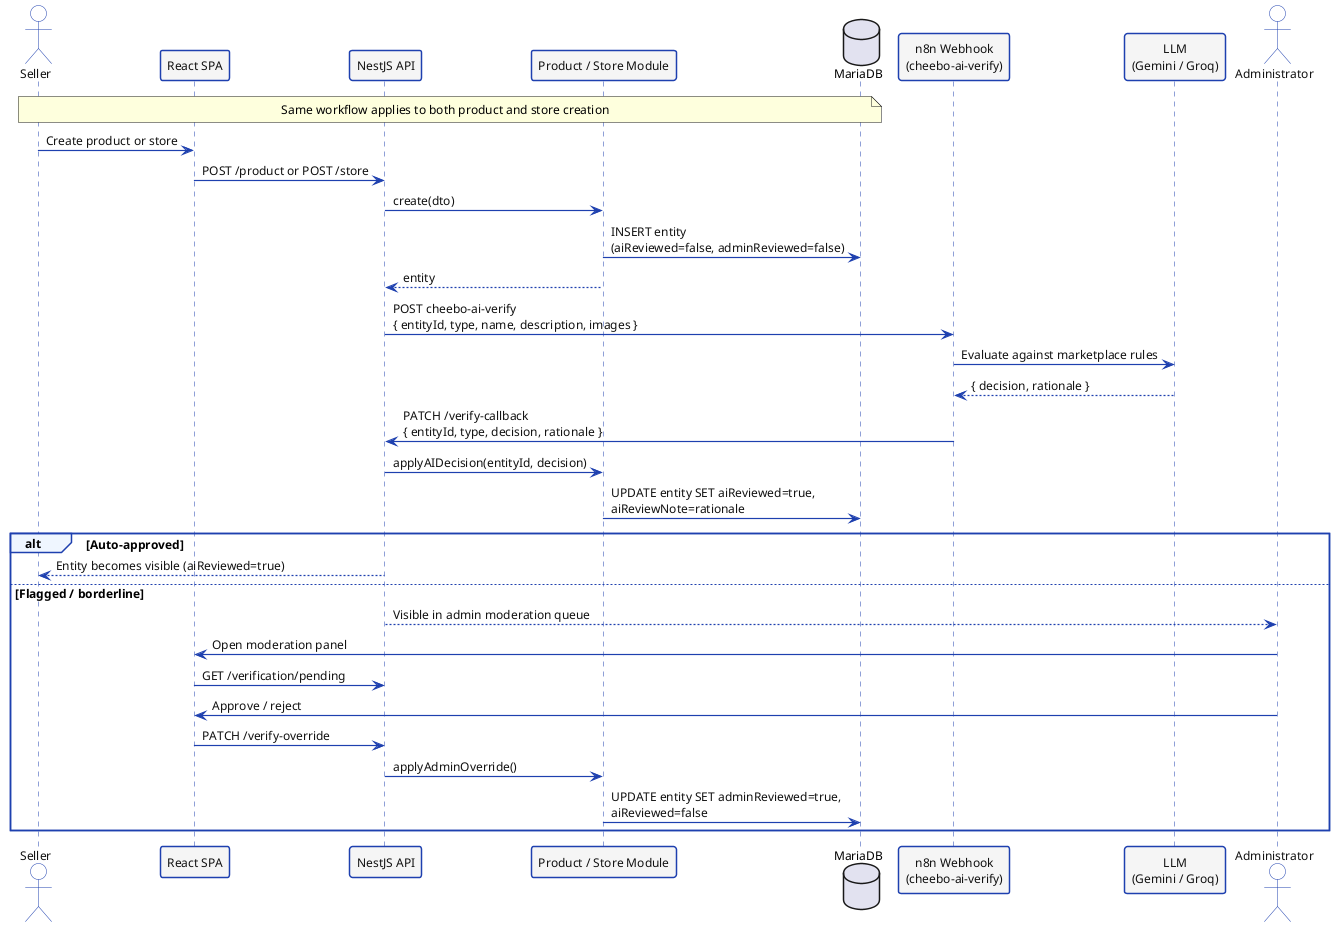
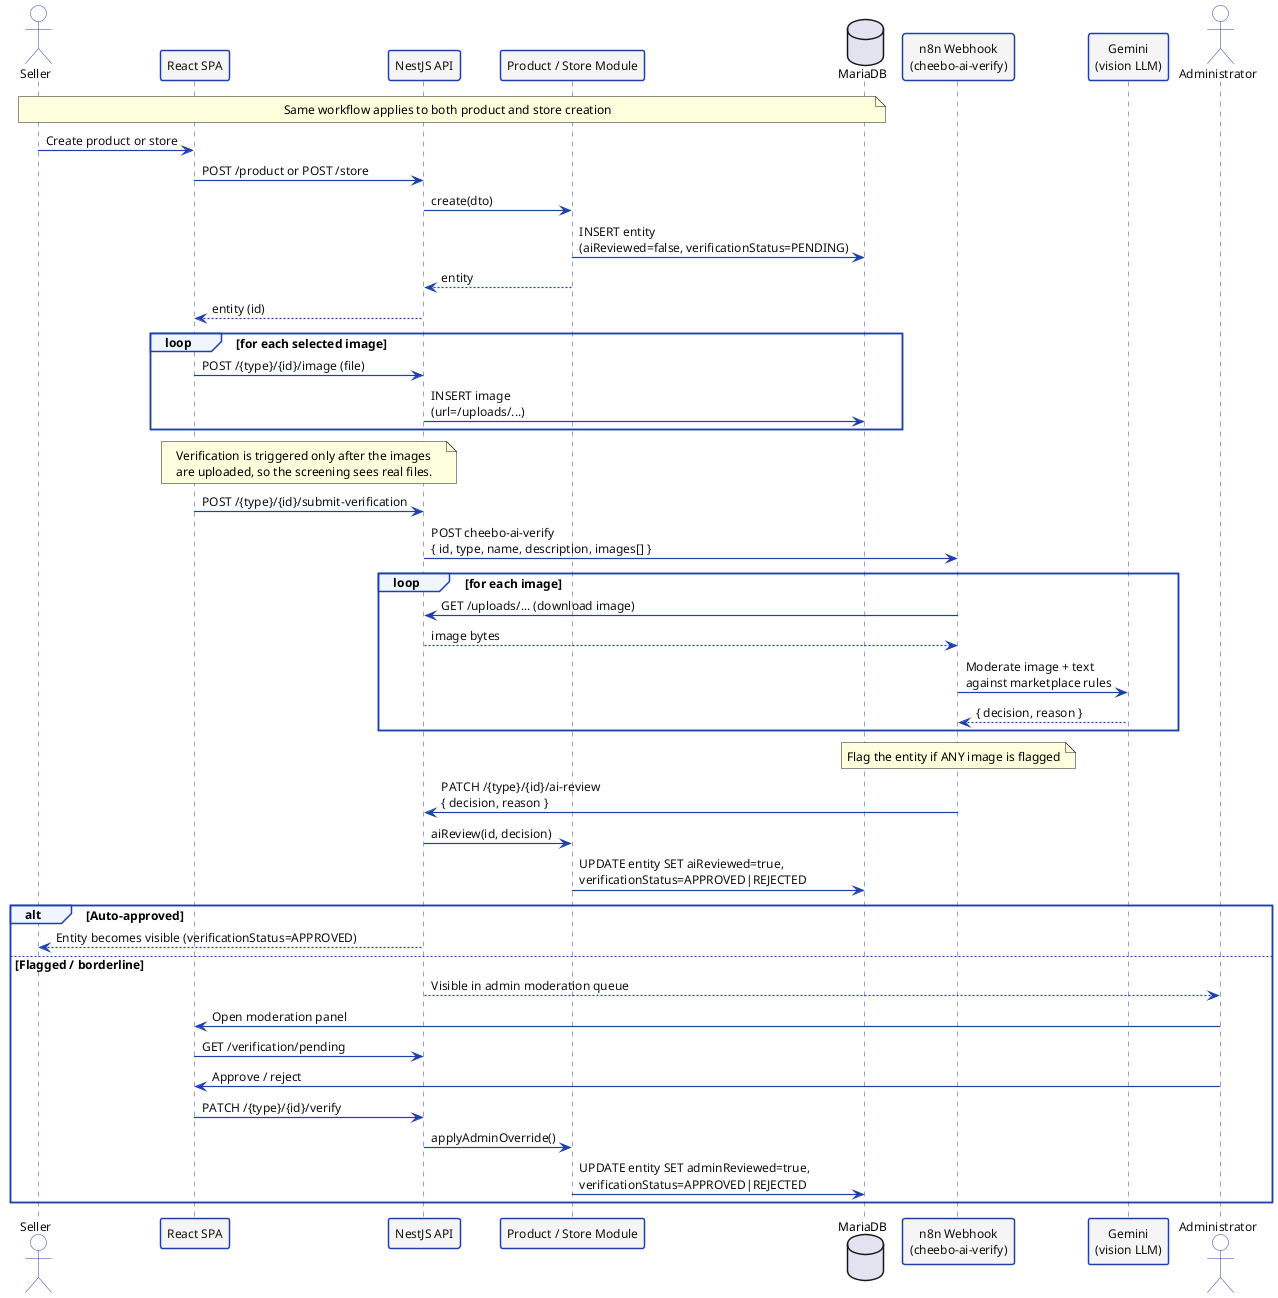
@startuml seq-verify

skinparam defaultFontName Helvetica
skinparam defaultFontSize 12
skinparam backgroundColor #FFFFFF
skinparam sequenceArrowThickness 1.2
skinparam sequenceParticipantBorderThickness 1.5

skinparam sequence {
  ActorBackgroundColor       #FFFFFF
  ActorBorderColor           #1E40AF
  ActorFontColor             #111111
  ParticipantBackgroundColor #F5F5F5
  ParticipantBorderColor     #1E40AF
  ParticipantFontColor       #111111
  LifeLineBorderColor        #1E40AF
  ArrowColor                 #1E40AF
  ArrowFontColor             #111111
  GroupBackgroundColor       #EFF6FF
  GroupBorderColor           #1E40AF
  NoteBackgroundColor        #F5F5F5
  NoteBorderColor            #1E40AF
}

actor       "Seller"                            as S
participant "React SPA"                         as FE
participant "NestJS API"                        as BE
participant "Product / Store Module"            as PM
database    "MariaDB"                           as DB
participant "n8n Webhook\n(cheebo-ai-verify)"   as N8N
- participant "LLM\n(Gemini / Groq)"              as LLM
+ participant "Gemini\n(vision LLM)"              as LLM
actor       "Administrator"                     as A

note over S, DB
  Same workflow applies to both product and store creation
end note

S  -> FE : Create product or store
FE -> BE : POST /product or POST /store
BE -> PM : create(dto)
- PM -> DB : INSERT entity\n(aiReviewed=false, adminReviewed=false)
+ PM -> DB : INSERT entity\n(aiReviewed=false, verificationStatus=PENDING)
PM --> BE : entity
- BE -> N8N : POST cheebo-ai-verify\n{ entityId, type, name, description, images }
+ BE --> FE : entity (id)

- N8N -> LLM : Evaluate against marketplace rules
- LLM --> N8N : { decision, rationale }
- N8N -> BE : PATCH /verify-callback\n{ entityId, type, decision, rationale }
- BE -> PM : applyAIDecision(entityId, decision)
- PM -> DB : UPDATE entity SET aiReviewed=true,\naiReviewNote=rationale
+ loop for each selected image
+   FE -> BE : POST /{type}/{id}/image (file)
+   BE -> DB : INSERT image\n(url=/uploads/...)
+ end
+ 
+ note over FE, BE
+   Verification is triggered only after the images
+   are uploaded, so the screening sees real files.
+ end note
+ FE -> BE : POST /{type}/{id}/submit-verification
+ BE -> N8N : POST cheebo-ai-verify\n{ id, type, name, description, images[] }
+ 
+ loop for each image
+   N8N -> BE : GET /uploads/... (download image)
+   BE --> N8N : image bytes
+   N8N -> LLM : Moderate image + text\nagainst marketplace rules
+   LLM --> N8N : { decision, reason }
+ end
+ note over N8N : Flag the entity if ANY image is flagged
+ N8N -> BE : PATCH /{type}/{id}/ai-review\n{ decision, reason }
+ BE -> PM : aiReview(id, decision)
+ PM -> DB : UPDATE entity SET aiReviewed=true,\nverificationStatus=APPROVED|REJECTED

alt Auto-approved
-   BE --> S : Entity becomes visible (aiReviewed=true)
+   BE --> S : Entity becomes visible (verificationStatus=APPROVED)
else Flagged / borderline
  BE --> A : Visible in admin moderation queue
  A -> FE : Open moderation panel
  FE -> BE : GET /verification/pending
  A -> FE : Approve / reject
-   FE -> BE : PATCH /verify-override
+   FE -> BE : PATCH /{type}/{id}/verify
  BE -> PM : applyAdminOverride()
-   PM -> DB : UPDATE entity SET adminReviewed=true,\naiReviewed=false
+   PM -> DB : UPDATE entity SET adminReviewed=true,\nverificationStatus=APPROVED|REJECTED
end

@enduml
